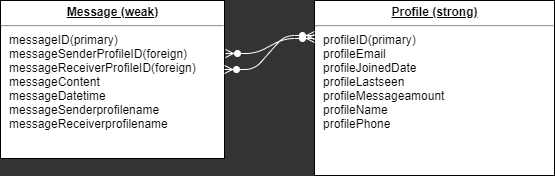
The draw.io diagram Epic/ERDDiagram.png in GinoVillalpando/data-design, before a commit. Source tidied: cells renumbered, new cells last; positions are measured from the earlier drawing's top-left corner, leaving out a move shared by most shapes.
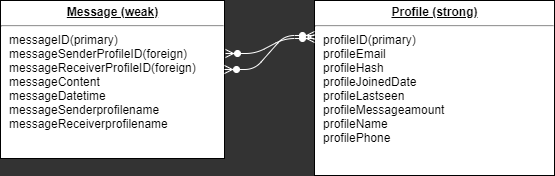
After the change.

Diff of the diagram source:
```diff
@@ -2,7 +2,7 @@
   <root>
     <mxCell id="0" />
     <mxCell id="1" parent="0" />
-    <mxCell id="2" value="&lt;p style=&quot;margin: 0px ; margin-top: 4px ; text-align: center ; text-decoration: underline&quot;&gt;&lt;b&gt;Profile (strong)&lt;/b&gt;&lt;/p&gt;&lt;hr&gt;&lt;p style=&quot;margin: 0px ; margin-left: 8px&quot;&gt;profileID(primary)&lt;/p&gt;&lt;p style=&quot;margin: 0px ; margin-left: 8px&quot;&gt;profileEmail&lt;/p&gt;&lt;p style=&quot;margin: 0px ; margin-left: 8px&quot;&gt;profileJoinedDate&lt;/p&gt;&lt;p style=&quot;margin: 0px ; margin-left: 8px&quot;&gt;profileLastseen&lt;/p&gt;&lt;p style=&quot;margin: 0px 0px 0px 8px&quot;&gt;profileMessageamount&lt;br&gt;&lt;/p&gt;&lt;p style=&quot;margin: 0px ; margin-left: 8px&quot;&gt;profileName&lt;/p&gt;&lt;p style=&quot;margin: 0px ; margin-left: 8px&quot;&gt;profilePhone&lt;/p&gt;&lt;p style=&quot;margin: 0px ; margin-left: 8px&quot;&gt;&lt;br&gt;&lt;/p&gt;" style="verticalAlign=top;align=left;overflow=fill;fontSize=12;fontFamily=Helvetica;html=1;rounded=0;shadow=0;comic=0;labelBackgroundColor=none;strokeWidth=1;" parent="1" vertex="1">
+    <mxCell id="2" value="&lt;p style=&quot;margin: 0px ; margin-top: 4px ; text-align: center ; text-decoration: underline&quot;&gt;&lt;b&gt;Profile (strong)&lt;/b&gt;&lt;/p&gt;&lt;hr&gt;&lt;p style=&quot;margin: 0px ; margin-left: 8px&quot;&gt;profileID(primary)&lt;/p&gt;&lt;p style=&quot;margin: 0px ; margin-left: 8px&quot;&gt;profileEmail&lt;/p&gt;&lt;p style=&quot;margin: 0px ; margin-left: 8px&quot;&gt;profileHash&lt;/p&gt;&lt;p style=&quot;margin: 0px ; margin-left: 8px&quot;&gt;profileJoinedDate&lt;/p&gt;&lt;p style=&quot;margin: 0px ; margin-left: 8px&quot;&gt;profileLastseen&lt;/p&gt;&lt;p style=&quot;margin: 0px 0px 0px 8px&quot;&gt;profileMessageamount&lt;br&gt;&lt;/p&gt;&lt;p style=&quot;margin: 0px ; margin-left: 8px&quot;&gt;profileName&lt;/p&gt;&lt;p style=&quot;margin: 0px ; margin-left: 8px&quot;&gt;profilePhone&lt;/p&gt;&lt;p style=&quot;margin: 0px ; margin-left: 8px&quot;&gt;&lt;br&gt;&lt;/p&gt;" style="verticalAlign=top;align=left;overflow=fill;fontSize=12;fontFamily=Helvetica;html=1;rounded=0;shadow=0;comic=0;labelBackgroundColor=none;strokeWidth=1;" parent="1" vertex="1">
       <mxGeometry x="314" width="240" height="175" as="geometry" />
     </mxCell>
     <mxCell id="3" value="&lt;p style=&quot;margin: 0px ; margin-top: 4px ; text-align: center ; text-decoration: underline&quot;&gt;&lt;b&gt;Message (weak)&lt;/b&gt;&lt;/p&gt;&lt;hr&gt;&lt;p style=&quot;margin: 0px ; margin-left: 8px&quot;&gt;messageID(primary)&lt;/p&gt;&lt;p style=&quot;margin: 0px ; margin-left: 8px&quot;&gt;&lt;span&gt;messageSenderProfileID(foreign)&lt;/span&gt;&lt;/p&gt;&lt;p style=&quot;margin: 0px ; margin-left: 8px&quot;&gt;&lt;span&gt;messageReceiverProfileID(foreign)&lt;/span&gt;&lt;/p&gt;&lt;p style=&quot;margin: 0px ; margin-left: 8px&quot;&gt;messageContent&lt;/p&gt;&lt;p style=&quot;margin: 0px ; margin-left: 8px&quot;&gt;messageDatetime&lt;/p&gt;&lt;p style=&quot;margin: 0px ; margin-left: 8px&quot;&gt;messageSenderprofilename&lt;/p&gt;&lt;p style=&quot;margin: 0px ; margin-left: 8px&quot;&gt;messageReceiverprofilename&lt;/p&gt;&lt;p style=&quot;margin: 0px ; margin-left: 8px&quot;&gt;&lt;br&gt;&lt;/p&gt;" style="verticalAlign=top;align=left;overflow=fill;fontSize=12;fontFamily=Helvetica;html=1;rounded=0;shadow=0;comic=0;labelBackgroundColor=none;strokeWidth=1;" parent="1" vertex="1">
```
